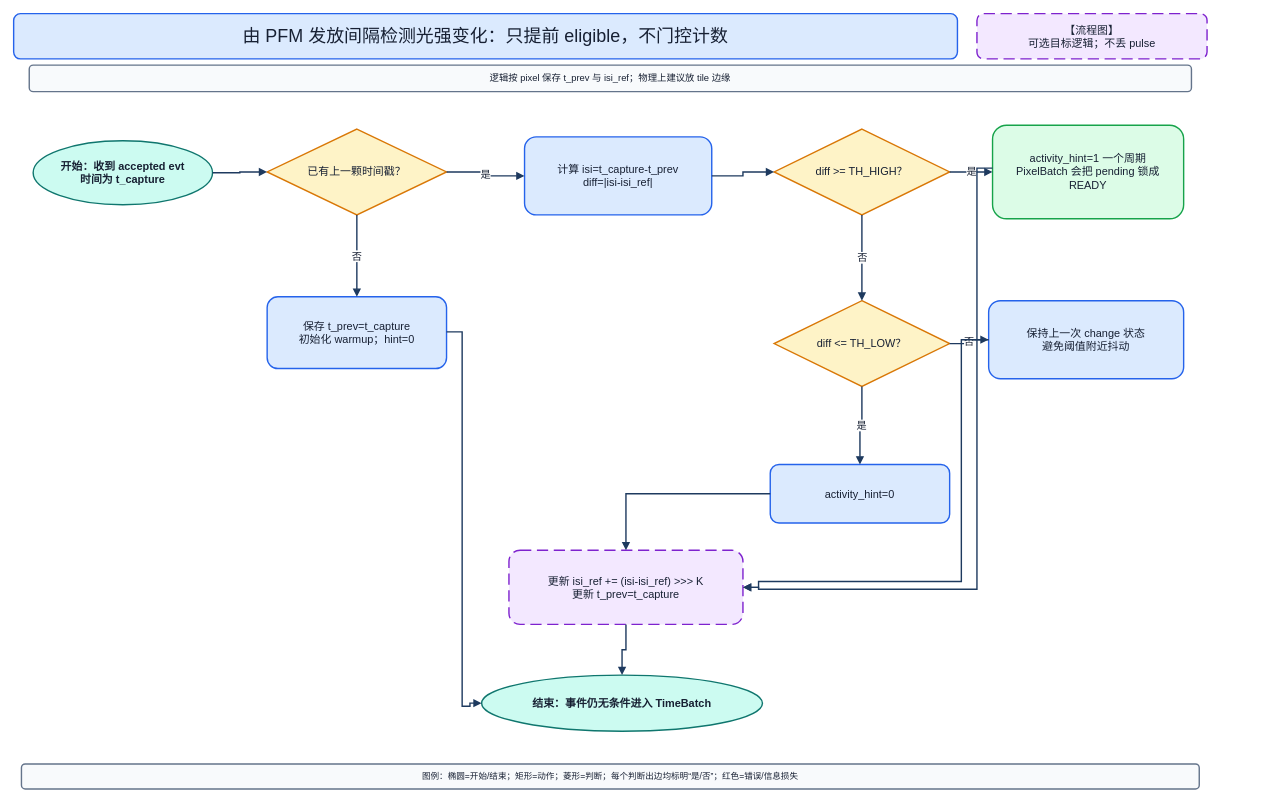
Above: page "05_ISI光强变化检测流程" (5 of 31) of PFM_AER_v6_核心纯流程图与状态机_0721_v3.drawio in qcm0224/SimpleLatexVisualize (draw.io), before the change. Source tidied: cells renumbered, new cells numbered last; positions are measured from the earlier drawing's top-left corner, leaving out a move shared by most shapes. Both pictures are drawn from the tidied source at 78%, with x=0, y=0 at pixel (13, 13).
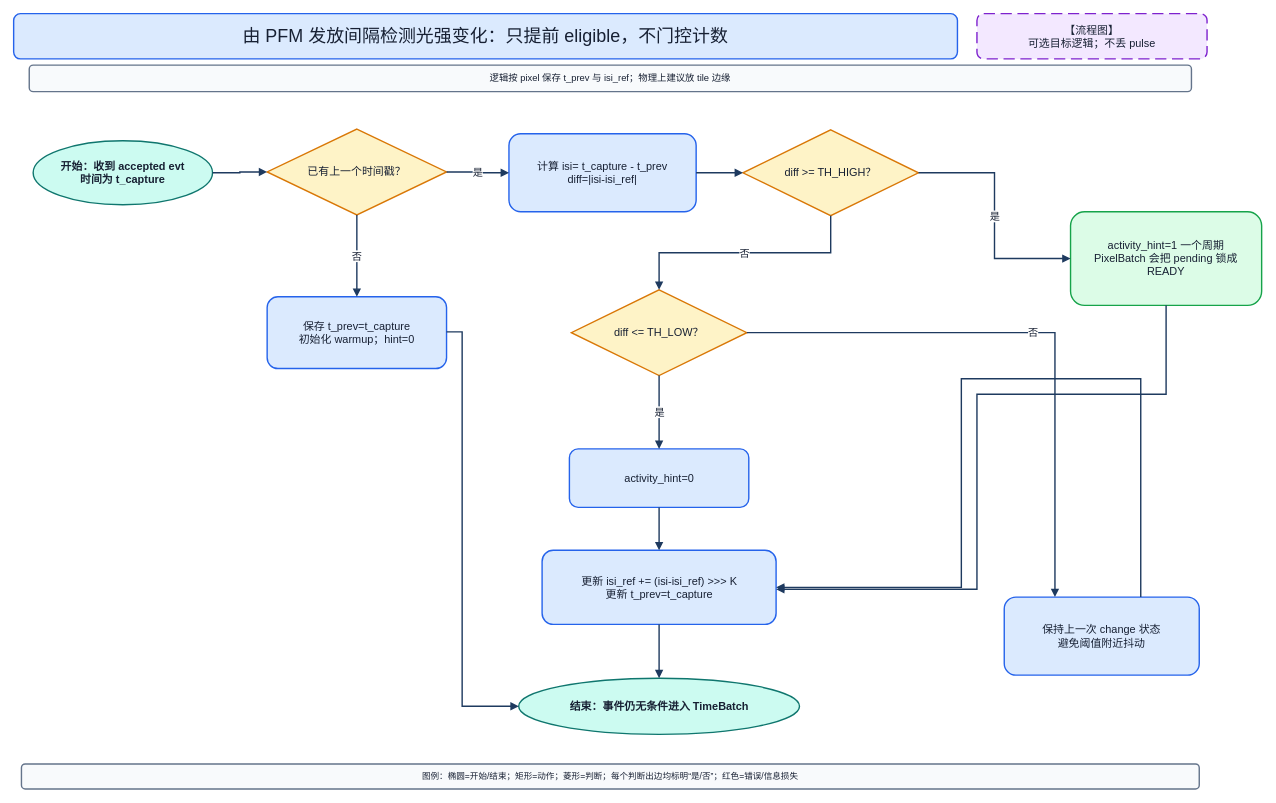
Above is the later version.

What changed in the source:
```diff
@@
-    <mxCell id="6" value="已有上一颗时间戳？" style="whiteSpace=wrap;html=1;fillColor=#FEF3C7;strokeColor=#D97706;fontColor=#172033;fontSize=14;fontFamily=Arial;align=center;verticalAlign=middle;spacing=6;strokeWidth=1.8;rounded=1;shape=rhombus;perimeter=rhombusPerimeter;rounded=0;" parent="1" vertex="1">
+    <mxCell id="6" value="已有上一个时间戳？" style="whiteSpace=wrap;html=1;fillColor=#FEF3C7;strokeColor=#D97706;fontColor=#172033;fontSize=14;fontFamily=Arial;align=center;verticalAlign=middle;spacing=6;strokeWidth=1.8;rounded=1;shape=rhombus;perimeter=rhombusPerimeter;rounded=0;" parent="1" vertex="1">
       <mxGeometry x="325" y="148" width="230" height="110" as="geometry" />
     </mxCell>
@@
-    <mxCell id="8" value="计算 isi=t_capture-t_prev&lt;br&gt;diff=|isi-isi_ref|" style="whiteSpace=wrap;html=1;fillColor=#DBEAFE;strokeColor=#2563EB;fontColor=#172033;fontSize=14;fontFamily=Arial;align=center;verticalAlign=middle;spacing=6;strokeWidth=1.8;rounded=1;" parent="1" vertex="1">
-      <mxGeometry x="655" y="158" width="240" height="100" as="geometry" />
+    <mxCell id="8" value="计算 isi= t_capture - t_prev&lt;br&gt;diff=|isi-isi_ref|" style="whiteSpace=wrap;html=1;fillColor=#DBEAFE;strokeColor=#2563EB;fontColor=#172033;fontSize=14;fontFamily=Arial;align=center;verticalAlign=middle;spacing=6;strokeWidth=1.8;rounded=1;" parent="1" vertex="1">
+      <mxGeometry x="635" y="154" width="240" height="100" as="geometry" />
     </mxCell>
     <mxCell id="9" value="diff &gt;= TH_HIGH？" style="whiteSpace=wrap;html=1;fillColor=#FEF3C7;strokeColor=#D97706;fontColor=#172033;fontSize=14;fontFamily=Arial;align=center;verticalAlign=middle;spacing=6;strokeWidth=1.8;rounded=1;shape=rhombus;perimeter=rhombusPerimeter;rounded=0;" parent="1" vertex="1">
-      <mxGeometry x="975" y="148" width="225" height="110" as="geometry" />
+      <mxGeometry x="935" y="149" width="225" height="110" as="geometry" />
     </mxCell>
     <mxCell id="10" value="activity_hint=1 一个周期&lt;br&gt;PixelBatch 会把 pending 锁成 READY" style="whiteSpace=wrap;html=1;fillColor=#DCFCE7;strokeColor=#16A34A;fontColor=#172033;fontSize=14;fontFamily=Arial;align=center;verticalAlign=middle;spacing=6;strokeWidth=1.8;rounded=1;" parent="1" vertex="1">
-      <mxGeometry x="1255" y="143" width="245" height="120" as="geometry" />
+      <mxGeometry x="1355" y="254" width="245" height="120" as="geometry" />
     </mxCell>
     <mxCell id="11" value="diff &lt;= TH_LOW？" style="whiteSpace=wrap;html=1;fillColor=#FEF3C7;strokeColor=#D97706;fontColor=#172033;fontSize=14;fontFamily=Arial;align=center;verticalAlign=middle;spacing=6;strokeWidth=1.8;rounded=1;shape=rhombus;perimeter=rhombusPerimeter;rounded=0;" parent="1" vertex="1">
-      <mxGeometry x="975" y="368" width="225" height="110" as="geometry" />
+      <mxGeometry x="715" y="354" width="225" height="110" as="geometry" />
     </mxCell>
     <mxCell id="12" value="保持上一次 change 状态&lt;br&gt;避免阈值附近抖动" style="whiteSpace=wrap;html=1;fillColor=#DBEAFE;strokeColor=#2563EB;fontColor=#172033;fontSize=14;fontFamily=Arial;align=center;verticalAlign=middle;spacing=6;strokeWidth=1.8;rounded=1;" parent="1" vertex="1">
-      <mxGeometry x="1250" y="368" width="250" height="100" as="geometry" />
+      <mxGeometry x="1270" y="748" width="250" height="100" as="geometry" />
     </mxCell>
     <mxCell id="13" value="activity_hint=0" style="whiteSpace=wrap;html=1;fillColor=#DBEAFE;strokeColor=#2563EB;fontColor=#172033;fontSize=14;fontFamily=Arial;align=center;verticalAlign=middle;spacing=6;strokeWidth=1.8;rounded=1;" parent="1" vertex="1">
-      <mxGeometry x="970" y="578" width="230" height="75" as="geometry" />
+      <mxGeometry x="712.5" y="558" width="230" height="75" as="geometry" />
     </mxCell>
-    <mxCell id="14" value="更新 isi_ref += (isi-isi_ref) &gt;&gt;&gt; K&lt;br&gt;更新 t_prev=t_capture" style="whiteSpace=wrap;html=1;fillColor=#F3E8FF;strokeColor=#7E22CE;fontColor=#172033;fontSize=14;fontFamily=Arial;align=center;verticalAlign=middle;spacing=6;strokeWidth=1.8;rounded=1;dashed=1;dashPattern=8 4;" parent="1" vertex="1">
-      <mxGeometry x="635" y="688" width="300" height="95" as="geometry" />
+    <mxCell id="14" value="更新 isi_ref += (isi-isi_ref) &gt;&gt;&gt; K&lt;br&gt;更新 t_prev=t_capture" style="whiteSpace=wrap;html=1;fillColor=#DBEAFE;strokeColor=#2563EB;fontColor=#172033;fontSize=14;fontFamily=Arial;align=center;verticalAlign=middle;spacing=6;strokeWidth=1.8;rounded=1;" parent="1" vertex="1">
+      <mxGeometry x="677.5" y="688" width="300" height="95" as="geometry" />
     </mxCell>
     <mxCell id="15" value="结束：事件仍无条件进入 TimeBatch" style="whiteSpace=wrap;html=1;fillColor=#CCFBF1;strokeColor=#0F766E;fontColor=#172033;fontSize=14;fontFamily=Arial;align=center;verticalAlign=middle;spacing=6;strokeWidth=1.8;rounded=1;shape=ellipse;fontStyle=1;" parent="1" vertex="1">
-      <mxGeometry x="600" y="848" width="360" height="72" as="geometry" />
+      <mxGeometry x="647.5" y="852" width="360" height="72" as="geometry" />
     </mxCell>
@@
     <mxCell id="25" value="否" style="edgeStyle=orthogonalEdgeStyle;rounded=0;jettySize=auto;html=1;strokeColor=#1E3A5F;strokeWidth=1.8;dashed=0;endArrow=block;endFill=1;fontSize=13;fontColor=#172033;labelBackgroundColor=#FFFFFF;" parent="1" edge="1" source="11" target="12">
-      <mxGeometry relative="1" as="geometry" />
+      <mxGeometry relative="1" as="geometry">
+        <Array as="points">
+          <mxPoint x="1335" y="409" />
+        </Array>
+      </mxGeometry>
     </mxCell>
     <mxCell id="26" style="edgeStyle=orthogonalEdgeStyle;rounded=0;jettySize=auto;html=1;strokeColor=#1E3A5F;strokeWidth=1.8;dashed=0;endArrow=block;endFill=1;fontSize=13;fontColor=#172033;labelBackgroundColor=#FFFFFF;" parent="1" edge="1" source="10" target="14">
       <mxGeometry relative="1" as="geometry">
         <Array as="points">
-          <mxPoint x="1235" y="198" />
+          <mxPoint x="1477.5" y="488" />
+          <mxPoint x="1235" y="488" />
           <mxPoint x="1235" y="738" />
-          <mxPoint x="955" y="738" />
         </Array>
       </mxGeometry>
     </mxCell>
@@
     <mxCell id="28" style="edgeStyle=orthogonalEdgeStyle;rounded=0;jettySize=auto;html=1;strokeColor=#1E3A5F;strokeWidth=1.8;dashed=0;endArrow=block;endFill=1;fontSize=13;fontColor=#172033;labelBackgroundColor=#FFFFFF;" parent="1" edge="1" source="12" target="14">
       <mxGeometry relative="1" as="geometry">
         <Array as="points">
-          <mxPoint x="1235" y="418" />
-          <mxPoint x="1215" y="418" />
-          <mxPoint x="1215" y="728" />
-          <mxPoint x="955" y="728" />
-          <mxPoint x="955" y="738" />
+          <mxPoint x="1445" y="468" />
+          <mxPoint x="1215" y="468" />
+          <mxPoint x="1215" y="735.5" />
         </Array>
       </mxGeometry>
     </mxCell>
```
